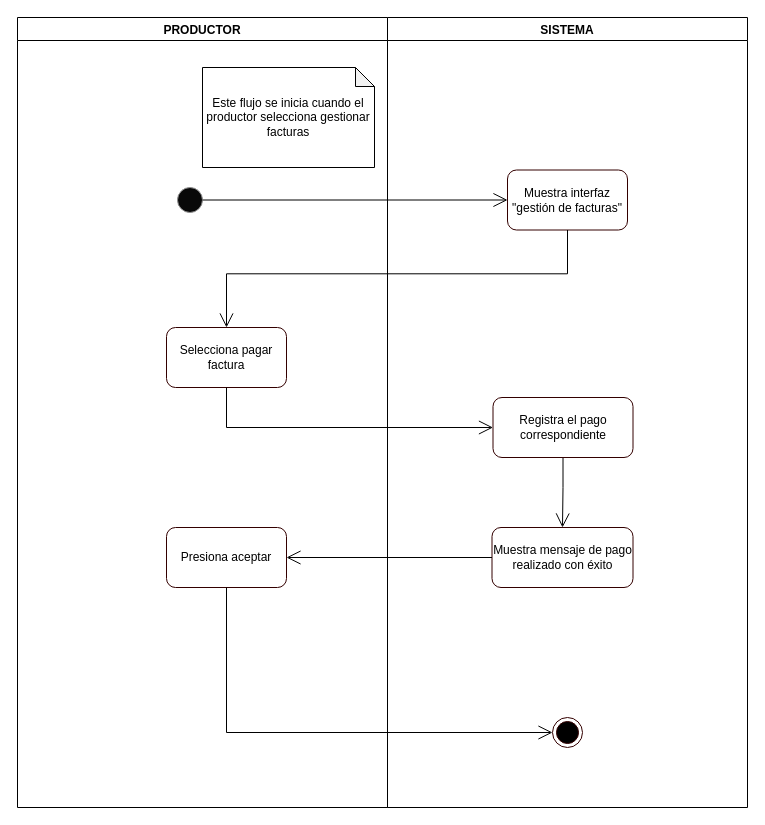
rsca7213/SBD1-Perfumeria keeps this draw.io diagram as Documentos Entrega 1/Diagramas de Actividades/draw/3.2. y 3.3. Gestion de Facturas y Pagos.drawio. Above is the earlier version. Source tidied: cells renumbered, new cells numbered last; positions are measured from the earlier drawing's top-left corner, leaving out a move shared by most shapes. Both pictures are drawn from the tidied source at 100%, with x=0, y=0 at pixel (17, 17).
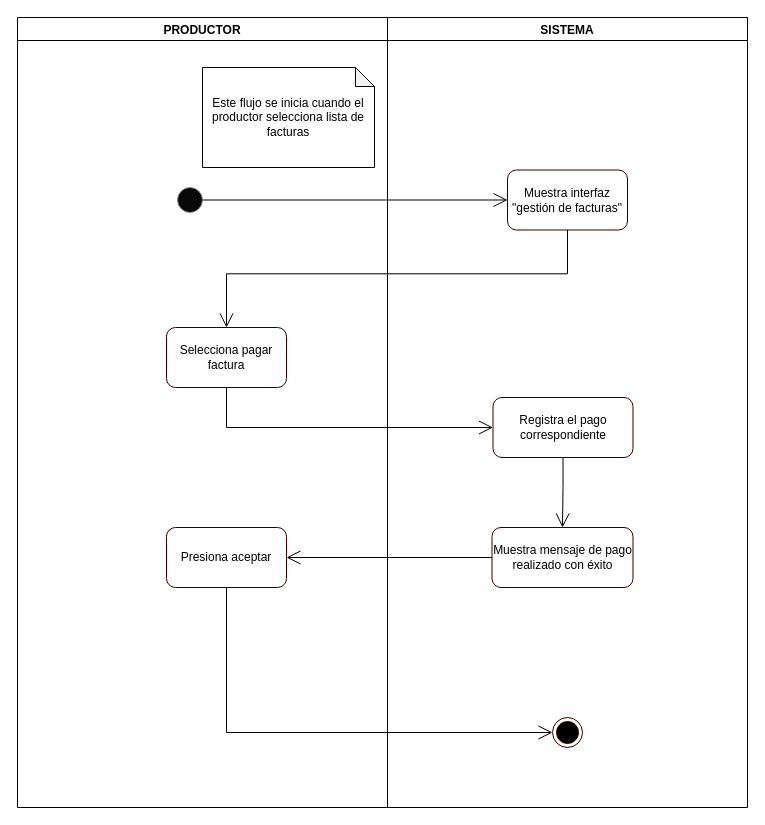
The same diagram, later.

Diff of the diagram source:
```diff
@@
 <mxGraphModel>
   <root>
     <mxCell id="0" />
     <mxCell id="1" parent="0" />
     <mxCell id="2" value="PRODUCTOR" style="swimlane;gradientColor=none;" parent="1" vertex="1">
       <mxGeometry width="370" height="790" as="geometry" />
     </mxCell>
     <mxCell id="3" style="ellipse;whiteSpace=wrap;html=1;strokeColor=#919191;fillColor=#080808;gradientColor=none;" parent="2" vertex="1">
       <mxGeometry x="160" y="170" width="25" height="25" as="geometry" />
     </mxCell>
-    <mxCell id="4" value="Este flujo se inicia cuando el productor selecciona gestionar facturas" style="shape=note;whiteSpace=wrap;html=1;backgroundOutline=1;darkOpacity=0.05;size=19;" parent="2" vertex="1">
+    <mxCell id="4" value="Este flujo se inicia cuando el productor selecciona lista de facturas" style="shape=note;whiteSpace=wrap;html=1;backgroundOutline=1;darkOpacity=0.05;size=19;" parent="2" vertex="1">
       <mxGeometry x="185" y="50" width="172" height="100" as="geometry" />
     </mxCell>
     <mxCell id="5" value="Presiona aceptar" style="rounded=1;whiteSpace=wrap;html=1;strokeColor=#330000;fillColor=#FFFFFF;gradientColor=none;" parent="2" vertex="1">
       <mxGeometry x="149" y="510" width="120" height="60" as="geometry" />
     </mxCell>
     <mxCell id="6" value="Selecciona pagar factura" style="rounded=1;whiteSpace=wrap;html=1;strokeColor=#330000;fillColor=#FFFFFF;gradientColor=none;" parent="2" vertex="1">
       <mxGeometry x="149" y="310" width="120" height="60" as="geometry" />
     </mxCell>
     <mxCell id="7" value="SISTEMA" style="swimlane;gradientColor=none;" parent="1" vertex="1">
       <mxGeometry x="370" width="360" height="790" as="geometry" />
     </mxCell>
     <mxCell id="8" value="Muestra interfaz &quot;gestión de facturas&quot;" style="rounded=1;whiteSpace=wrap;html=1;strokeColor=#330000;fillColor=#FFFFFF;gradientColor=none;" parent="7" vertex="1">
       <mxGeometry x="120" y="152.5" width="120" height="60" as="geometry" />
     </mxCell>
     <mxCell id="9" style="edgeStyle=orthogonalEdgeStyle;rounded=0;jettySize=auto;html=1;exitX=0.5;exitY=1;exitDx=0;exitDy=0;endArrow=open;endFill=0;endSize=12;" parent="7" edge="1" source="10" target="11">
       <mxGeometry relative="1" as="geometry" />
     </mxCell>
     <mxCell id="10" value="Registra el pago correspondiente" style="rounded=1;whiteSpace=wrap;html=1;strokeColor=#330000;fillColor=#FFFFFF;gradientColor=none;" parent="7" vertex="1">
       <mxGeometry x="105.5" y="380" width="140" height="60" as="geometry" />
     </mxCell>
     <mxCell id="11" value="Muestra mensaje de pago realizado con éxito" style="rounded=1;whiteSpace=wrap;html=1;strokeColor=#330000;fillColor=#FFFFFF;gradientColor=none;" parent="7" vertex="1">
       <mxGeometry x="104.5" y="510" width="141" height="60" as="geometry" />
     </mxCell>
     <mxCell id="12" style="ellipse;html=1;shape=endState;fillColor=#000000;strokeColor=#330000;" parent="7" vertex="1">
       <mxGeometry x="165" y="700" width="30" height="30" as="geometry" />
     </mxCell>
     <mxCell id="13" style="edgeStyle=orthogonalEdgeStyle;rounded=0;jettySize=auto;html=1;exitX=1;exitY=0.5;exitDx=0;exitDy=0;entryX=0;entryY=0.5;entryDx=0;entryDy=0;endSize=12;endArrow=open;endFill=0;" parent="1" edge="1" source="3" target="8">
       <mxGeometry relative="1" as="geometry" />
     </mxCell>
     <mxCell id="14" style="edgeStyle=orthogonalEdgeStyle;rounded=0;jettySize=auto;html=1;exitX=0.5;exitY=1;exitDx=0;exitDy=0;entryX=0.5;entryY=0;entryDx=0;entryDy=0;endArrow=open;endFill=0;endSize=12;" parent="1" edge="1" source="8" target="6">
       <mxGeometry relative="1" as="geometry" />
     </mxCell>
     <mxCell id="15" style="edgeStyle=orthogonalEdgeStyle;rounded=0;jettySize=auto;html=1;exitX=0.5;exitY=1;exitDx=0;exitDy=0;entryX=0;entryY=0.5;entryDx=0;entryDy=0;endArrow=open;endFill=0;endSize=12;" parent="1" edge="1" source="5" target="12">
       <mxGeometry relative="1" as="geometry" />
     </mxCell>
     <mxCell id="16" style="edgeStyle=orthogonalEdgeStyle;rounded=0;jettySize=auto;html=1;exitX=0.5;exitY=1;exitDx=0;exitDy=0;entryX=0;entryY=0.5;entryDx=0;entryDy=0;endSize=12;endArrow=open;endFill=0;" parent="1" edge="1" source="6" target="10">
       <mxGeometry relative="1" as="geometry" />
     </mxCell>
     <mxCell id="17" style="edgeStyle=orthogonalEdgeStyle;rounded=0;jettySize=auto;html=1;exitX=0;exitY=0.5;exitDx=0;exitDy=0;entryX=1;entryY=0.5;entryDx=0;entryDy=0;endArrow=open;endFill=0;endSize=12;" parent="1" edge="1" source="11" target="5">
       <mxGeometry relative="1" as="geometry" />
     </mxCell>
   </root>
 </mxGraphModel>
```
